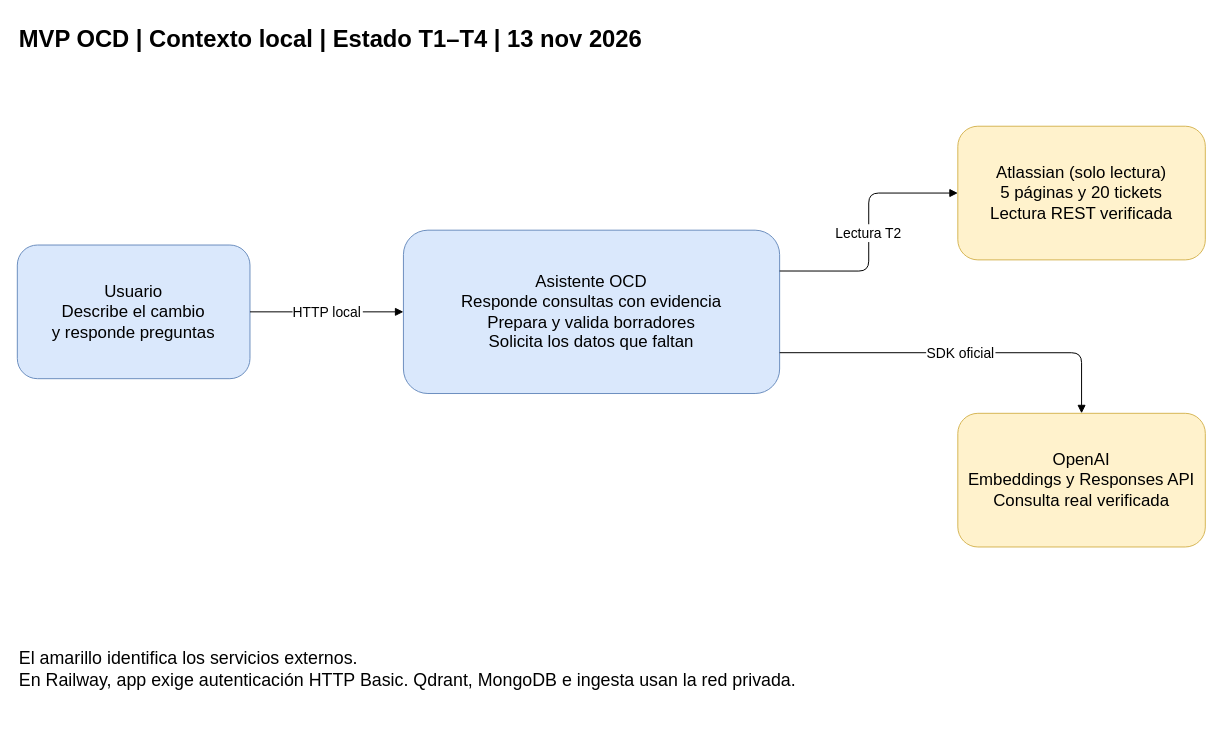
Above: page "Contexto local" (1 of 3) of docs/MVP_OCD_Arquitectura.drawio in miguelsff/grupo-visa-ai (draw.io), before the change. Source tidied: cells renumbered, new cells numbered last; positions are measured from the earlier drawing's top-left corner, leaving out a move shared by most shapes. Both pictures are drawn from the tidied source at 99%, with x=0, y=0 at pixel (17, 17).
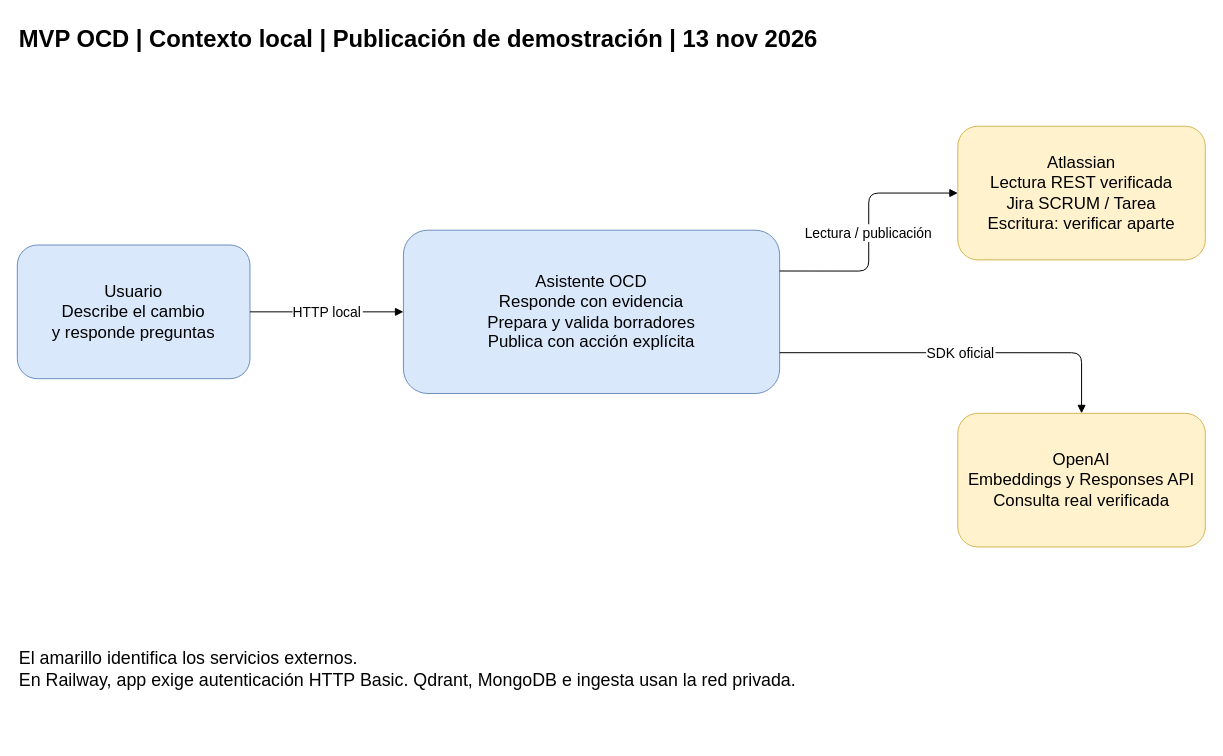
The same diagram, later.

Commit message (it also covers changes not shown here):
Documenta y verifica publicación OCD de demostración

Diff of the diagram source:
```diff
@@
 <mxGraphModel>
   <root>
     <mxCell id="0" />
     <mxCell id="1" parent="0" />
-    <mxCell id="2" value="MVP OCD | Contexto local | Estado T1–T4 | 13 nov 2026" style="text;html=0;align=left;fontSize=24;fontStyle=1;" parent="1" vertex="1">
+    <mxCell id="2" value="MVP OCD | Contexto local | Publicación de demostración | 13 nov 2026" style="text;html=0;align=left;fontSize=24;fontStyle=1;" parent="1" vertex="1">
       <mxGeometry width="1200" height="65" as="geometry" />
     </mxCell>
     <mxCell id="3" value="Usuario&#10;Describe el cambio&#10;y responde preguntas" style="rounded=1;whiteSpace=wrap;html=0;align=center;verticalAlign=middle;fontSize=17;fillColor=#dae8fc;strokeColor=#6c8ebf;" parent="1" vertex="1">
       <mxGeometry y="230" width="235" height="135" as="geometry" />
     </mxCell>
-    <mxCell id="4" value="Asistente OCD&#10;Responde consultas con evidencia&#10;Prepara y valida borradores&#10;Solicita los datos que faltan" style="rounded=1;whiteSpace=wrap;html=0;align=center;verticalAlign=middle;fontSize=17;fillColor=#dae8fc;strokeColor=#6c8ebf;" parent="1" vertex="1">
+    <mxCell id="4" value="Asistente OCD&#10;Responde con evidencia&#10;Prepara y valida borradores&#10;Publica con acción explícita" style="rounded=1;whiteSpace=wrap;html=0;align=center;verticalAlign=middle;fontSize=17;fillColor=#dae8fc;strokeColor=#6c8ebf;" parent="1" vertex="1">
       <mxGeometry x="390" y="215" width="380" height="165" as="geometry" />
     </mxCell>
-    <mxCell id="5" value="Atlassian (solo lectura)&#10;5 páginas y 20 tickets&#10;Lectura REST verificada" style="rounded=1;whiteSpace=wrap;html=0;align=center;verticalAlign=middle;fontSize=17;fillColor=#fff2cc;strokeColor=#d6b656;" parent="1" vertex="1">
+    <mxCell id="5" value="Atlassian&#10;Lectura REST verificada&#10;Jira SCRUM / Tarea&#10;Escritura: verificar aparte" style="rounded=1;whiteSpace=wrap;html=0;align=center;verticalAlign=middle;fontSize=17;fillColor=#fff2cc;strokeColor=#d6b656;" parent="1" vertex="1">
       <mxGeometry x="950" y="110" width="250" height="135" as="geometry" />
     </mxCell>
     <mxCell id="6" value="OpenAI&#10;Embeddings y Responses API&#10;Consulta real verificada" style="rounded=1;whiteSpace=wrap;html=0;align=center;verticalAlign=middle;fontSize=17;fillColor=#fff2cc;strokeColor=#d6b656;" parent="1" vertex="1">
       <mxGeometry x="950" y="400" width="250" height="135" as="geometry" />
     </mxCell>
     <mxCell id="7" value="HTTP local" style="edgeStyle=orthogonalEdgeStyle;html=0;endArrow=block;fontSize=14;" parent="1" edge="1" source="3" target="4">
       <mxGeometry relative="1" as="geometry" />
     </mxCell>
-    <mxCell id="8" value="Lectura T2" style="edgeStyle=orthogonalEdgeStyle;html=0;endArrow=block;fontSize=14;exitX=1;exitY=0.25;" parent="1" edge="1" source="4" target="5">
+    <mxCell id="8" value="Lectura / publicación" style="edgeStyle=orthogonalEdgeStyle;html=0;endArrow=block;fontSize=14;exitX=1;exitY=0.25;" parent="1" edge="1" source="4" target="5">
       <mxGeometry relative="1" as="geometry" />
     </mxCell>
     <mxCell id="9" value="SDK oficial" style="edgeStyle=orthogonalEdgeStyle;html=0;endArrow=block;fontSize=14;exitX=1;exitY=0.75;" parent="1" edge="1" source="4" target="6">
       <mxGeometry relative="1" as="geometry" />
     </mxCell>
     <mxCell id="10" value="El amarillo identifica los servicios externos.&#10;En Railway, app exige autenticación HTTP Basic. Qdrant, MongoDB e ingesta usan la red privada." style="text;html=0;align=left;fontSize=18;" parent="1" vertex="1">
       <mxGeometry y="630" width="1200" height="100" as="geometry" />
     </mxCell>
   </root>
 </mxGraphModel>
```
